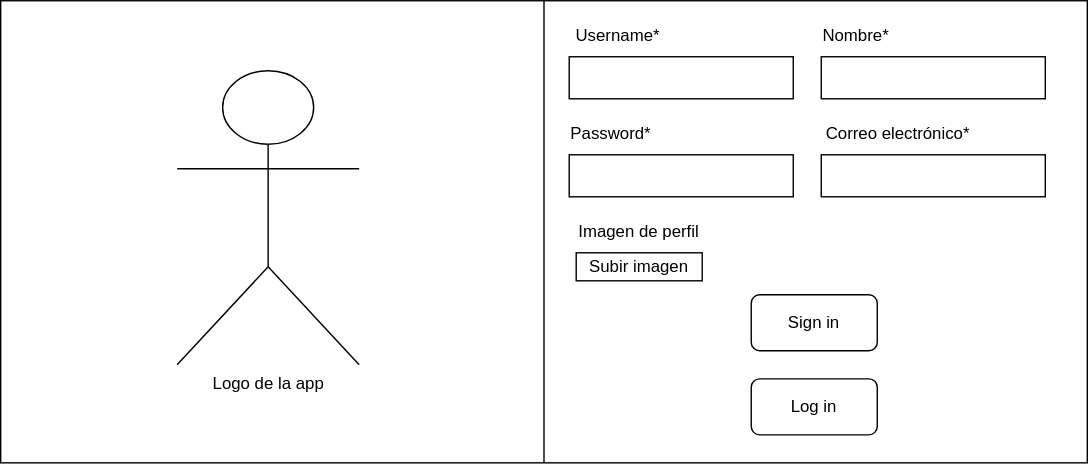
This is images/Signin.svg from albvalort/proyectoIPC, a draw.io export, as it was before one commit. Source tidied: cells renumbered, new cells last; positions are measured from the earlier drawing's top-left corner, leaving out a move shared by most shapes. The source it was exported from:
```xml
<mxGraphModel>
  <root>
    <mxCell id="0" />
    <mxCell id="1" parent="0" />
    <mxCell id="2" style="rounded=0;whiteSpace=wrap;html=1;" parent="1" vertex="1">
      <mxGeometry width="776" height="330" as="geometry" />
    </mxCell>
    <mxCell id="3" style="rounded=0;whiteSpace=wrap;html=1;" parent="1" vertex="1">
      <mxGeometry x="406" y="40" width="160" height="30" as="geometry" />
    </mxCell>
    <mxCell id="4" style="rounded=0;whiteSpace=wrap;html=1;" parent="1" vertex="1">
      <mxGeometry x="406" y="110" width="160" height="30" as="geometry" />
    </mxCell>
    <mxCell id="5" value="Log in" style="rounded=1;whiteSpace=wrap;html=1;" parent="1" vertex="1">
      <mxGeometry x="536" y="270" width="90" height="40" as="geometry" />
    </mxCell>
    <mxCell id="6" style="endArrow=none;html=1;rounded=0;entryX=0.5;entryY=0;entryDx=0;entryDy=0;exitX=0.5;exitY=1;exitDx=0;exitDy=0;" parent="1" edge="1" source="2" target="2">
      <mxGeometry relative="1" as="geometry" />
    </mxCell>
    <mxCell id="7" value="Username*" style="text;html=1;strokeColor=none;fillColor=none;align=center;verticalAlign=middle;whiteSpace=wrap;rounded=0;" parent="1" vertex="1">
      <mxGeometry x="406" y="10" width="70" height="30" as="geometry" />
    </mxCell>
    <mxCell id="8" value="Password*" style="text;html=1;strokeColor=none;fillColor=none;align=center;verticalAlign=middle;whiteSpace=wrap;rounded=0;" parent="1" vertex="1">
      <mxGeometry x="406" y="80" width="60" height="30" as="geometry" />
    </mxCell>
    <mxCell id="9" value="Logo de la app" style="shape=umlActor;verticalLabelPosition=bottom;verticalAlign=top;html=1;" parent="1" vertex="1">
      <mxGeometry x="126" y="50" width="130" height="210" as="geometry" />
    </mxCell>
    <mxCell id="10" style="rounded=0;whiteSpace=wrap;html=1;" parent="1" vertex="1">
      <mxGeometry x="586" y="40" width="160" height="30" as="geometry" />
    </mxCell>
    <mxCell id="11" value="Nombre*" style="text;html=1;strokeColor=none;fillColor=none;align=center;verticalAlign=middle;whiteSpace=wrap;rounded=0;" parent="1" vertex="1">
      <mxGeometry x="586" y="10" width="50" height="30" as="geometry" />
    </mxCell>
    <mxCell id="12" style="rounded=0;whiteSpace=wrap;html=1;" parent="1" vertex="1">
      <mxGeometry x="586" y="110" width="160" height="30" as="geometry" />
    </mxCell>
    <mxCell id="13" value="Correo electrónico*" style="text;html=1;strokeColor=none;fillColor=none;align=center;verticalAlign=middle;whiteSpace=wrap;rounded=0;" parent="1" vertex="1">
      <mxGeometry x="586" y="80" width="110" height="30" as="geometry" />
    </mxCell>
    <mxCell id="14" value="Imagen de perfil" style="text;html=1;strokeColor=none;fillColor=none;align=center;verticalAlign=middle;whiteSpace=wrap;rounded=0;" parent="1" vertex="1">
      <mxGeometry x="406" y="150" width="100" height="30" as="geometry" />
    </mxCell>
    <mxCell id="15" value="Subir imagen" style="rounded=0;whiteSpace=wrap;html=1;" parent="1" vertex="1">
      <mxGeometry x="411" y="180" width="90" height="20" as="geometry" />
    </mxCell>
    <mxCell id="16" value="Sign in" style="rounded=1;whiteSpace=wrap;html=1;" parent="1" vertex="1">
      <mxGeometry x="536" y="210" width="90" height="40" as="geometry" />
    </mxCell>
  </root>
</mxGraphModel>
```
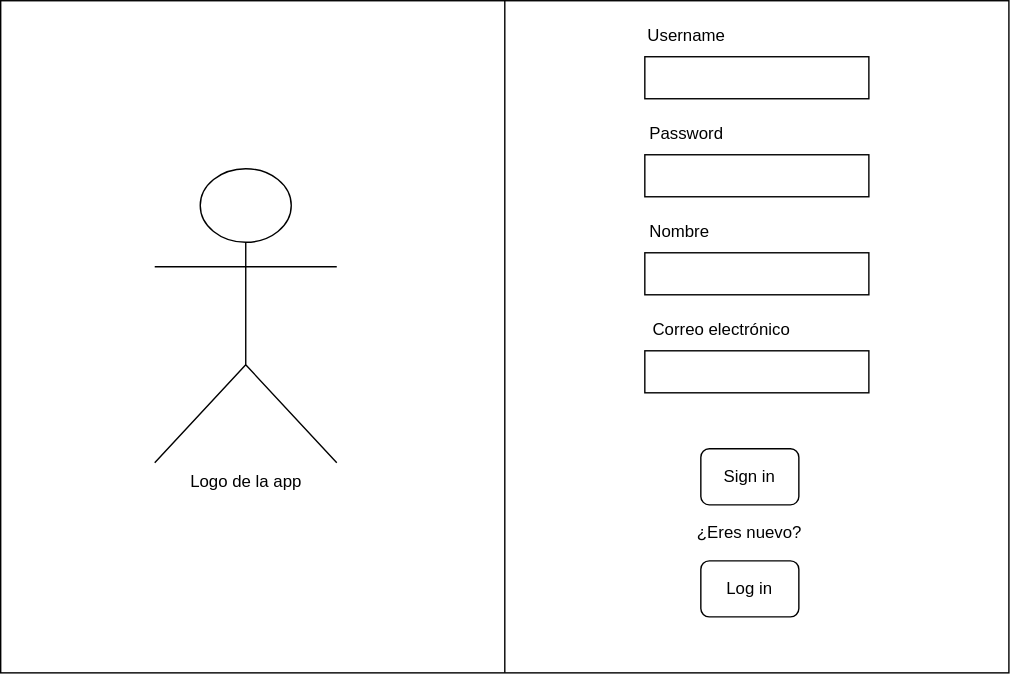
The same diagram one commit later.

The edit, as a diff of the source:
```diff
@@ -3,7 +3,7 @@
     <mxCell id="0" />
     <mxCell id="1" parent="0" />
     <mxCell id="2" style="rounded=0;whiteSpace=wrap;html=1;" parent="1" vertex="1">
-      <mxGeometry width="776" height="330" as="geometry" />
+      <mxGeometry x="-54" width="720" height="480" as="geometry" />
     </mxCell>
     <mxCell id="3" style="rounded=0;whiteSpace=wrap;html=1;" parent="1" vertex="1">
       <mxGeometry x="406" y="40" width="160" height="30" as="geometry" />
@@ -11,41 +11,38 @@
     <mxCell id="4" style="rounded=0;whiteSpace=wrap;html=1;" parent="1" vertex="1">
       <mxGeometry x="406" y="110" width="160" height="30" as="geometry" />
     </mxCell>
+    <mxCell id="17" value="Log in" style="rounded=1;whiteSpace=wrap;html=1;" parent="1" vertex="1">
+      <mxGeometry x="446" y="400" width="70" height="40" as="geometry" />
+    </mxCell>
-    <mxCell id="5" value="Log in" style="rounded=1;whiteSpace=wrap;html=1;" parent="1" vertex="1">
-      <mxGeometry x="536" y="270" width="90" height="40" as="geometry" />
+    <mxCell id="5" value="Sign in" style="rounded=1;whiteSpace=wrap;html=1;" parent="1" vertex="1">
+      <mxGeometry x="446" y="320" width="70" height="40" as="geometry" />
     </mxCell>
     <mxCell id="6" style="endArrow=none;html=1;rounded=0;entryX=0.5;entryY=0;entryDx=0;entryDy=0;exitX=0.5;exitY=1;exitDx=0;exitDy=0;" parent="1" edge="1" source="2" target="2">
       <mxGeometry relative="1" as="geometry" />
     </mxCell>
-    <mxCell id="7" value="Username*" style="text;html=1;strokeColor=none;fillColor=none;align=center;verticalAlign=middle;whiteSpace=wrap;rounded=0;" parent="1" vertex="1">
-      <mxGeometry x="406" y="10" width="70" height="30" as="geometry" />
+    <mxCell id="7" value="Username" style="text;html=1;strokeColor=none;fillColor=none;align=center;verticalAlign=middle;whiteSpace=wrap;rounded=0;" parent="1" vertex="1">
+      <mxGeometry x="406" y="10" width="60" height="30" as="geometry" />
     </mxCell>
-    <mxCell id="8" value="Password*" style="text;html=1;strokeColor=none;fillColor=none;align=center;verticalAlign=middle;whiteSpace=wrap;rounded=0;" parent="1" vertex="1">
+    <mxCell id="8" value="Password" style="text;html=1;strokeColor=none;fillColor=none;align=center;verticalAlign=middle;whiteSpace=wrap;rounded=0;" parent="1" vertex="1">
       <mxGeometry x="406" y="80" width="60" height="30" as="geometry" />
     </mxCell>
     <mxCell id="9" value="Logo de la app" style="shape=umlActor;verticalLabelPosition=bottom;verticalAlign=top;html=1;" parent="1" vertex="1">
-      <mxGeometry x="126" y="50" width="130" height="210" as="geometry" />
+      <mxGeometry x="56" y="120" width="130" height="210" as="geometry" />
     </mxCell>
-    <mxCell id="10" style="rounded=0;whiteSpace=wrap;html=1;" parent="1" vertex="1">
-      <mxGeometry x="586" y="40" width="160" height="30" as="geometry" />
-    </mxCell>
-    <mxCell id="11" value="Nombre*" style="text;html=1;strokeColor=none;fillColor=none;align=center;verticalAlign=middle;whiteSpace=wrap;rounded=0;" parent="1" vertex="1">
-      <mxGeometry x="586" y="10" width="50" height="30" as="geometry" />
-    </mxCell>
-    <mxCell id="12" style="rounded=0;whiteSpace=wrap;html=1;" parent="1" vertex="1">
-      <mxGeometry x="586" y="110" width="160" height="30" as="geometry" />
-    </mxCell>
-    <mxCell id="13" value="Correo electrónico*" style="text;html=1;strokeColor=none;fillColor=none;align=center;verticalAlign=middle;whiteSpace=wrap;rounded=0;" parent="1" vertex="1">
-      <mxGeometry x="586" y="80" width="110" height="30" as="geometry" />
-    </mxCell>
-    <mxCell id="14" value="Imagen de perfil" style="text;html=1;strokeColor=none;fillColor=none;align=center;verticalAlign=middle;whiteSpace=wrap;rounded=0;" parent="1" vertex="1">
-      <mxGeometry x="406" y="150" width="100" height="30" as="geometry" />
-    </mxCell>
-    <mxCell id="15" value="Subir imagen" style="rounded=0;whiteSpace=wrap;html=1;" parent="1" vertex="1">
-      <mxGeometry x="411" y="180" width="90" height="20" as="geometry" />
-    </mxCell>
-    <mxCell id="16" value="Sign in" style="rounded=1;whiteSpace=wrap;html=1;" parent="1" vertex="1">
-      <mxGeometry x="536" y="210" width="90" height="40" as="geometry" />
-    </mxCell>
+    <mxCell id="18" value="¿Eres nuevo?" style="text;html=1;strokeColor=none;fillColor=none;align=center;verticalAlign=middle;whiteSpace=wrap;rounded=0;" parent="1" vertex="1">
+      <mxGeometry x="436" y="365" width="90" height="30" as="geometry" />
+    </mxCell>
+    <mxCell id="19" value="Nombre" style="text;html=1;strokeColor=none;fillColor=none;align=center;verticalAlign=middle;whiteSpace=wrap;rounded=0;" parent="1" vertex="1">
+      <mxGeometry x="396" y="150" width="70" height="30" as="geometry" />
+    </mxCell>
+    <mxCell id="20" style="rounded=0;whiteSpace=wrap;html=1;" parent="1" vertex="1">
+      <mxGeometry x="406" y="180" width="160" height="30" as="geometry" />
+    </mxCell>
+    <mxCell id="21" value="Correo electrónico" style="text;html=1;strokeColor=none;fillColor=none;align=center;verticalAlign=middle;whiteSpace=wrap;rounded=0;" parent="1" vertex="1">
+      <mxGeometry x="406" y="220" width="110" height="30" as="geometry" />
+    </mxCell>
+    <mxCell id="22" style="rounded=0;whiteSpace=wrap;html=1;" parent="1" vertex="1">
+      <mxGeometry x="406" y="250" width="160" height="30" as="geometry" />
+    </mxCell>
   </root>
 </mxGraphModel>
```
